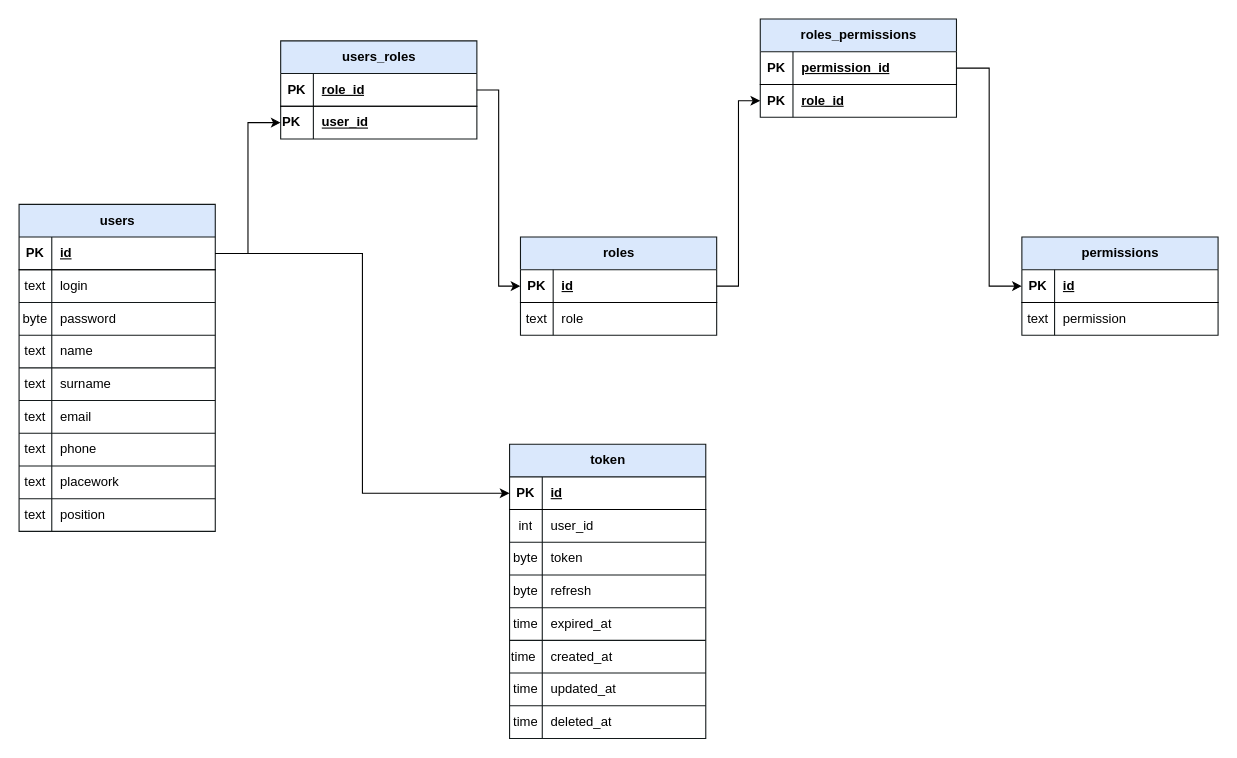
This is userMicroservice/etc/user.drawio from AlexeyNikitin01/lms, a draw.io file, before an edit. Source tidied: cells renumbered, new cells numbered last; positions are measured from the earlier drawing's top-left corner, leaving out a move shared by most shapes. Both pictures are drawn from the tidied source at 109%, with x=0, y=0 at pixel (19, 19).
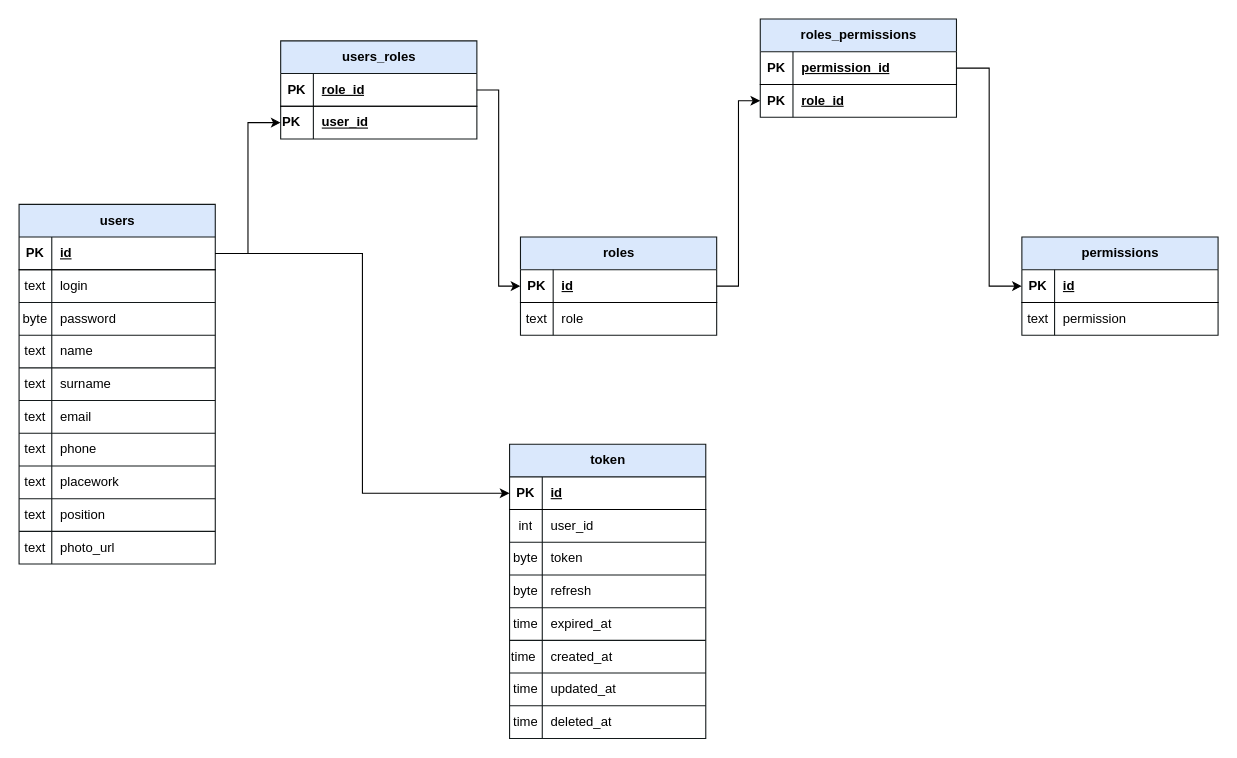
The same page after the edit.

What changed in the source:
```diff
@@
     <mxCell id="2" value="users" style="shape=table;startSize=30;childLayout=tableLayout;rowLines=1;fontStyle=1;align=center;html=1;fillColor=#dae8fc;strokeColor=#13191A;swimlaneFillColor=default;gradientColor=none;strokeWidth=1;perimeterSpacing=1;rounded=0;shadow=0;" parent="1" vertex="1">
-      <mxGeometry y="170" width="180" height="300" as="geometry" />
+      <mxGeometry y="170" width="180" height="330" as="geometry" />
     </mxCell>
@@
+    <mxCell id="88" style="shape=tableRow;horizontal=0;startSize=0;swimlaneHead=0;swimlaneBody=0;fillColor=none;top=0;left=0;right=0;bottom=0;" parent="2" vertex="1">
+      <mxGeometry y="300" width="180" height="30" as="geometry" />
+    </mxCell>
+    <mxCell id="89" value="text" style="shape=partialRectangle;fillColor=none;top=0;left=0;bottom=0;right=0;overflow=hidden;whiteSpace=wrap;html=1;" parent="88" vertex="1">
+      <mxGeometry width="30" height="30" as="geometry" />
+    </mxCell>
+    <mxCell id="90" value="photo_url" style="shape=partialRectangle;fillColor=none;top=0;left=0;bottom=0;right=0;align=left;spacingLeft=6;overflow=hidden;whiteSpace=wrap;html=1;" parent="88" vertex="1">
+      <mxGeometry x="30" width="150" height="30" as="geometry" />
+    </mxCell>
```
